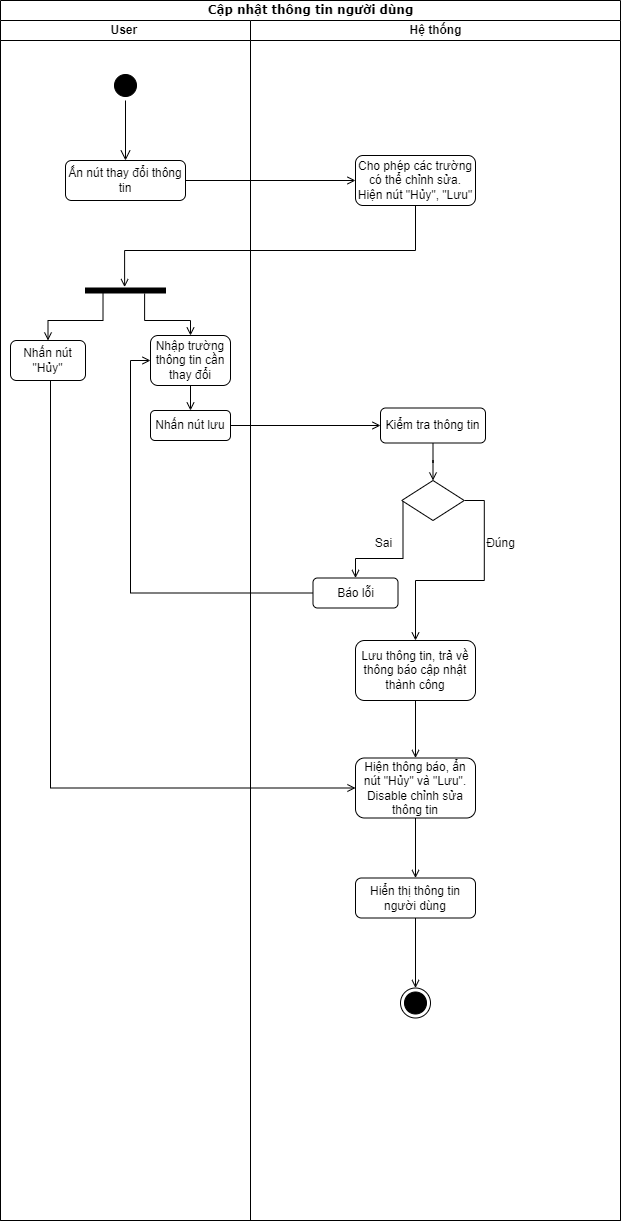
Above: activity diagram/thay đổi thông tin.drawio.png in kienndhn/draw-io (draw.io), before the change. Source tidied: cells renumbered, new cells last; positions are measured from the earlier drawing's top-left corner, leaving out a move shared by most shapes.
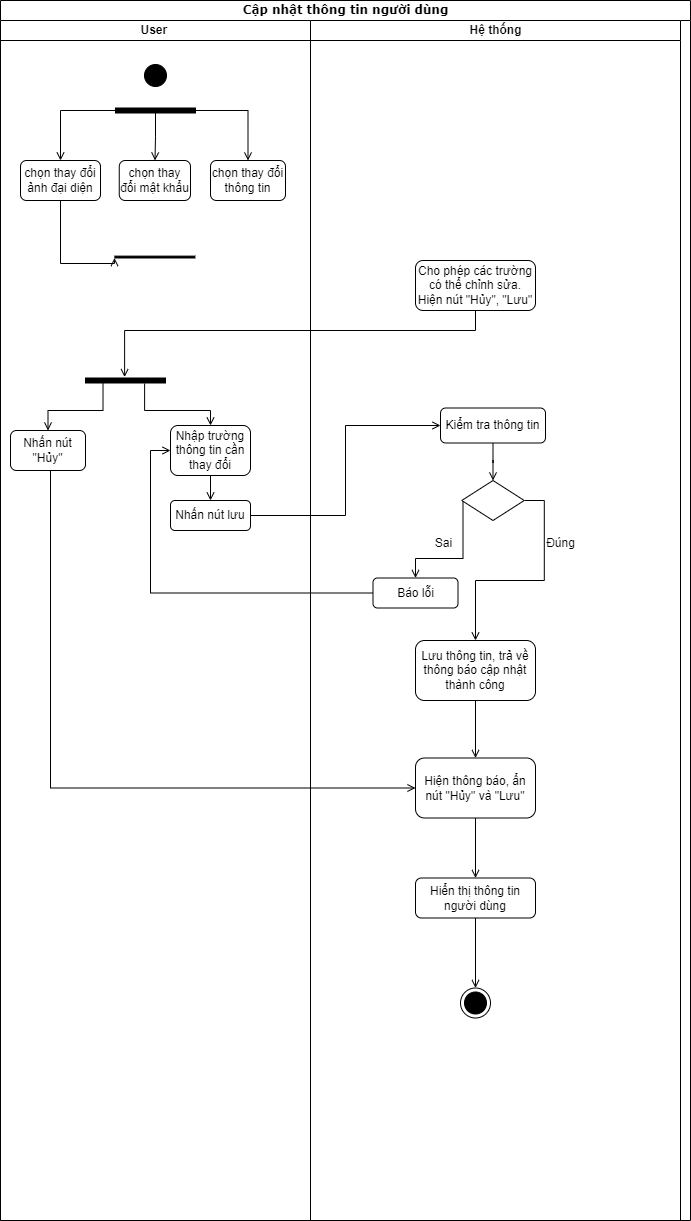
After the change.

What changed in the source:
```diff
@@ -3,56 +3,81 @@
     <mxCell id="0" />
     <mxCell id="1" parent="0" />
     <mxCell id="2" value="Cập nhật thông tin người dùng" style="swimlane;html=1;startSize=20;rounded=0;shadow=0;comic=0;labelBackgroundColor=none;strokeWidth=1;fontFamily=Verdana;fontSize=12;align=center;" parent="1" vertex="1">
-      <mxGeometry width="620" height="1220" as="geometry" />
+      <mxGeometry width="690" height="1220" as="geometry" />
     </mxCell>
     <mxCell id="3" value="User&amp;nbsp;" style="swimlane;html=1;startSize=20;" parent="2" vertex="1">
-      <mxGeometry y="20" width="250" height="1200" as="geometry" />
+      <mxGeometry y="20" width="310" height="1200" as="geometry" />
     </mxCell>
     <mxCell id="4" style="ellipse;html=1;shape=startState;fillColor=#000000;strokeColor=#000000;" parent="3" vertex="1">
-      <mxGeometry x="110" y="50" width="30" height="30" as="geometry" />
+      <mxGeometry x="140" y="40" width="30" height="30" as="geometry" />
     </mxCell>
-    <mxCell id="5" style="edgeStyle=orthogonalEdgeStyle;html=1;verticalAlign=bottom;endArrow=open;endSize=8;strokeColor=#000000;rounded=0;entryX=0.5;entryY=0;entryDx=0;entryDy=0;" parent="3" edge="1" source="4" target="6">
-      <mxGeometry relative="1" as="geometry" />
-    </mxCell>
-    <mxCell id="6" value="Ấn nút thay đổi thông tin" style="rounded=1;whiteSpace=wrap;html=1;strokeColor=#000000;" parent="3" vertex="1">
-      <mxGeometry x="65" y="140" width="120" height="40" as="geometry" />
+    <mxCell id="6" value="chọn thay đổi thông tin" style="rounded=1;whiteSpace=wrap;html=1;strokeColor=#000000;" parent="3" vertex="1">
+      <mxGeometry x="210" y="140" width="75" height="40" as="geometry" />
     </mxCell>
     <mxCell id="7" style="edgeStyle=orthogonalEdgeStyle;rounded=0;jettySize=auto;html=1;entryX=0.5;entryY=0;entryDx=0;entryDy=0;strokeColor=#000000;strokeWidth=1;endArrow=open;endFill=0;exitX=0.94;exitY=0.781;exitDx=0;exitDy=0;exitPerimeter=0;" parent="3" edge="1" source="9" target="10">
       <mxGeometry relative="1" as="geometry">
         <Array as="points">
-          <mxPoint x="103" y="300" />
-          <mxPoint x="48" y="300" />
+          <mxPoint x="103" y="390" />
+          <mxPoint x="48" y="390" />
         </Array>
       </mxGeometry>
     </mxCell>
     <mxCell id="8" style="edgeStyle=orthogonalEdgeStyle;rounded=0;jettySize=auto;html=1;entryX=0.5;entryY=0;entryDx=0;entryDy=0;strokeColor=#000000;strokeWidth=1;endArrow=open;endFill=0;exitX=1.1;exitY=0.261;exitDx=0;exitDy=0;exitPerimeter=0;" parent="3" edge="1" source="9" target="11">
       <mxGeometry relative="1" as="geometry">
         <Array as="points">
-          <mxPoint x="144" y="300" />
-          <mxPoint x="190" y="300" />
+          <mxPoint x="144" y="390" />
+          <mxPoint x="210" y="390" />
         </Array>
       </mxGeometry>
     </mxCell>
     <mxCell id="9" style="html=1;points=[];perimeter=orthogonalPerimeter;fillColor=strokeColor;strokeColor=#000000;rotation=90;" parent="3" vertex="1">
-      <mxGeometry x="122.5" y="230" width="5" height="80" as="geometry" />
+      <mxGeometry x="122.5" y="320" width="5" height="80" as="geometry" />
     </mxCell>
     <mxCell id="10" value="Nhấn nút &quot;Hủy&quot;" style="rounded=1;whiteSpace=wrap;html=1;strokeColor=#000000;" parent="3" vertex="1">
-      <mxGeometry x="10" y="320" width="75" height="40" as="geometry" />
+      <mxGeometry x="10" y="410" width="75" height="40" as="geometry" />
     </mxCell>
     <mxCell id="11" value="Nhập trường thông tin cần thay đổi" style="rounded=1;whiteSpace=wrap;html=1;strokeColor=#000000;" parent="3" vertex="1">
-      <mxGeometry x="150" y="315" width="80" height="50" as="geometry" />
+      <mxGeometry x="170" y="405" width="80" height="50" as="geometry" />
     </mxCell>
     <mxCell id="12" value="Nhấn nút lưu" style="rounded=1;whiteSpace=wrap;html=1;strokeColor=#000000;" parent="3" vertex="1">
-      <mxGeometry x="150" y="390" width="80" height="30" as="geometry" />
+      <mxGeometry x="170" y="480" width="80" height="30" as="geometry" />
     </mxCell>
     <mxCell id="13" style="edgeStyle=orthogonalEdgeStyle;rounded=0;jettySize=auto;html=1;strokeColor=#000000;strokeWidth=1;endArrow=open;endFill=0;" parent="3" edge="1" source="11" target="12">
       <mxGeometry relative="1" as="geometry" />
     </mxCell>
+    <mxCell id="36" style="edgeStyle=orthogonalEdgeStyle;rounded=0;jettySize=auto;html=1;entryX=0.5;entryY=0;entryDx=0;entryDy=0;strokeColor=#000000;strokeWidth=1;endArrow=open;endFill=0;" parent="3" edge="1" source="39" target="41">
+      <mxGeometry relative="1" as="geometry" />
+    </mxCell>
+    <mxCell id="37" style="edgeStyle=orthogonalEdgeStyle;rounded=0;jettySize=auto;html=1;strokeColor=#000000;strokeWidth=1;endArrow=open;endFill=0;" parent="3" edge="1" source="39" target="42">
+      <mxGeometry relative="1" as="geometry" />
+    </mxCell>
+    <mxCell id="38" style="edgeStyle=orthogonalEdgeStyle;rounded=0;jettySize=auto;html=1;entryX=0.5;entryY=0;entryDx=0;entryDy=0;strokeColor=#000000;strokeWidth=1;endArrow=open;endFill=0;" parent="3" edge="1" source="39" target="6">
+      <mxGeometry relative="1" as="geometry" />
+    </mxCell>
+    <mxCell id="39" style="html=1;points=[];perimeter=orthogonalPerimeter;fillColor=strokeColor;strokeColor=default;rotation=90;" parent="3" vertex="1">
+      <mxGeometry x="152.5" y="50" width="5" height="80" as="geometry" />
+    </mxCell>
+    <mxCell id="40" style="edgeStyle=orthogonalEdgeStyle;rounded=0;jettySize=auto;html=1;strokeColor=#000000;strokeWidth=1;endArrow=open;endFill=0;entryX=1.02;entryY=1.005;entryDx=0;entryDy=0;entryPerimeter=0;" parent="3" edge="1" source="41" target="43">
+      <mxGeometry relative="1" as="geometry">
+        <Array as="points">
+          <mxPoint x="60" y="243" />
+        </Array>
+      </mxGeometry>
+    </mxCell>
+    <mxCell id="41" value="chọn thay đổi ảnh đại diện" style="rounded=1;whiteSpace=wrap;html=1;strokeColor=default;" parent="3" vertex="1">
+      <mxGeometry x="20" y="140" width="80" height="40" as="geometry" />
+    </mxCell>
+    <mxCell id="42" value="chọn thay đổi mật khẩu" style="rounded=1;whiteSpace=wrap;html=1;strokeColor=default;" parent="3" vertex="1">
+      <mxGeometry x="118.8" y="140" width="71.2" height="40" as="geometry" />
+    </mxCell>
+    <mxCell id="43" style="html=1;points=[];perimeter=orthogonalPerimeter;fillColor=strokeColor;strokeColor=default;rotation=90;" parent="3" vertex="1">
+      <mxGeometry x="153.4" y="196.6" width="1.9" height="80" as="geometry" />
+    </mxCell>
     <mxCell id="14" value="Hệ thống" style="swimlane;html=1;startSize=20;" parent="2" vertex="1">
-      <mxGeometry x="250" y="20" width="370" height="1200" as="geometry" />
+      <mxGeometry x="310" y="20" width="370" height="1200" as="geometry" />
     </mxCell>
     <mxCell id="15" value="Cho phép các trường có thể chỉnh sửa. Hiện nút &quot;Hủy&quot;, &quot;Lưu&quot;" style="rounded=1;whiteSpace=wrap;html=1;strokeColor=#000000;" parent="14" vertex="1">
-      <mxGeometry x="105" y="135" width="120" height="50" as="geometry" />
+      <mxGeometry x="105" y="240" width="120" height="50" as="geometry" />
     </mxCell>
     <mxCell id="16" style="edgeStyle=orthogonalEdgeStyle;rounded=0;jettySize=auto;html=1;entryX=0.5;entryY=0;entryDx=0;entryDy=0;strokeColor=#000000;strokeWidth=1;endArrow=open;endFill=0;exitX=0.02;exitY=0.5;exitDx=0;exitDy=0;exitPerimeter=0;" parent="14" edge="1" source="19" target="17">
       <mxGeometry relative="1" as="geometry">
@@ -71,7 +96,7 @@
     <mxCell id="19" style="rhombus;whiteSpace=wrap;html=1;strokeColor=#000000;" parent="14" vertex="1">
       <mxGeometry x="151.2" y="460" width="62.5" height="40" as="geometry" />
     </mxCell>
-    <mxCell id="20" value="Hiện thông báo, ẩn nút &quot;Hủy&quot; và &quot;Lưu&quot;. Disable chỉnh sửa thông tin" style="rounded=1;whiteSpace=wrap;html=1;strokeColor=#000000;" parent="14" vertex="1">
+    <mxCell id="20" value="Hiện thông báo, ẩn nút &quot;Hủy&quot; và &quot;Lưu&quot;" style="rounded=1;whiteSpace=wrap;html=1;strokeColor=#000000;" parent="14" vertex="1">
       <mxGeometry x="105" y="737.5" width="120" height="60" as="geometry" />
     </mxCell>
     <mxCell id="21" value="Hiển thị thông tin người dùng" style="rounded=1;whiteSpace=wrap;html=1;strokeColor=#000000;" parent="14" vertex="1">
@@ -104,14 +129,11 @@
     <mxCell id="30" value="Kiểm tra thông tin" style="rounded=1;whiteSpace=wrap;html=1;strokeColor=default;" parent="14" vertex="1">
       <mxGeometry x="130" y="387.5" width="105" height="35" as="geometry" />
     </mxCell>
-    <mxCell id="31" style="edgeStyle=orthogonalEdgeStyle;rounded=0;jettySize=auto;html=1;strokeColor=#000000;entryX=0;entryY=0.5;entryDx=0;entryDy=0;endArrow=open;endFill=0;" parent="2" edge="1" source="6" target="15">
-      <mxGeometry relative="1" as="geometry" />
-    </mxCell>
     <mxCell id="32" style="edgeStyle=orthogonalEdgeStyle;rounded=0;jettySize=auto;html=1;strokeColor=#000000;endArrow=open;endFill=0;entryX=-0.18;entryY=0.511;entryDx=0;entryDy=0;entryPerimeter=0;exitX=0.5;exitY=1;exitDx=0;exitDy=0;" parent="2" edge="1" source="15" target="9">
       <mxGeometry relative="1" as="geometry">
         <Array as="points">
-          <mxPoint x="415" y="250" />
-          <mxPoint x="124" y="250" />
+          <mxPoint x="475" y="330" />
+          <mxPoint x="124" y="330" />
         </Array>
       </mxGeometry>
     </mxCell>
```
